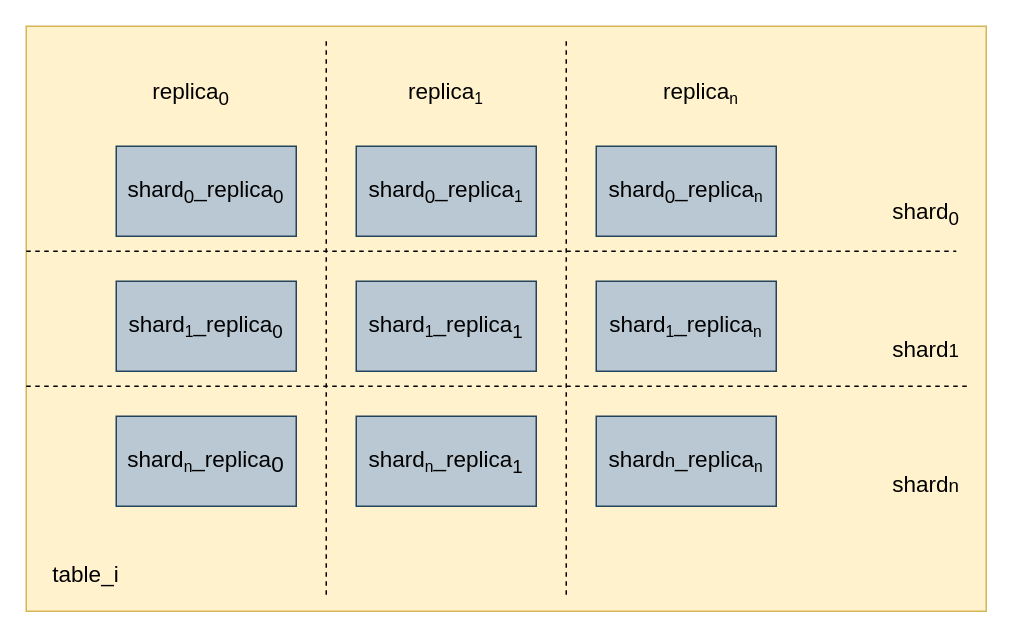
This is vsearch.drawio from johnsondeng/drawio, a draw.io file, before an edit. Source tidied: cells renumbered, new cells numbered last; positions are measured from the earlier drawing's top-left corner, leaving out a move shared by most shapes. Both pictures are drawn from the tidied source at 150%, with x=0, y=0 at pixel (26, 26).
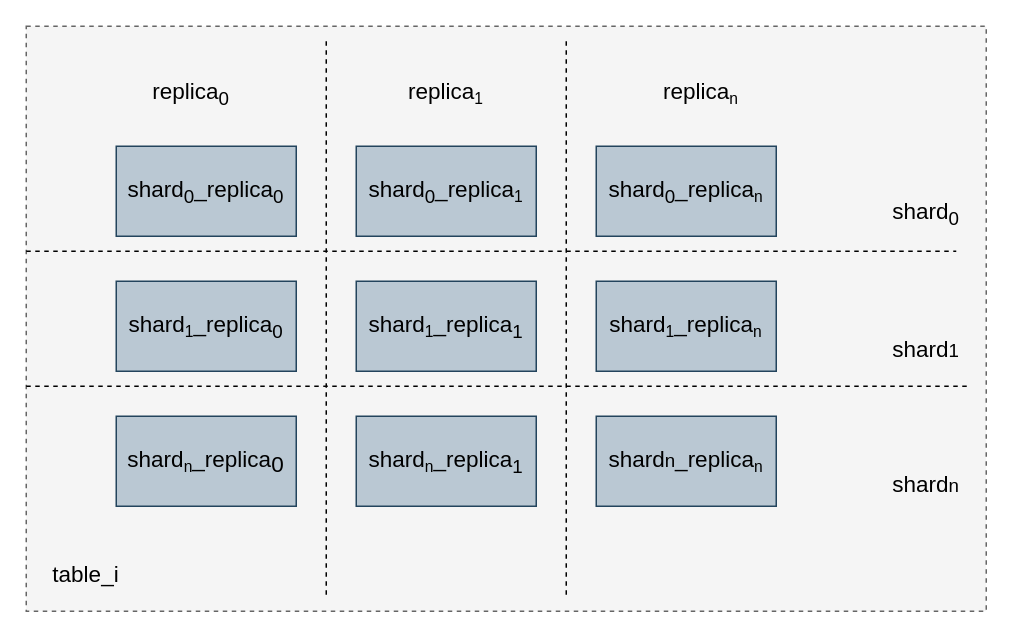
The same diagram, later.

Diff of the diagram source:
```diff
@@
-    <mxCell id="2" style="rounded=0;whiteSpace=wrap;html=1;fillColor=#fff2cc;strokeColor=#d6b656;" parent="1" vertex="1">
+    <mxCell id="2" style="rounded=0;whiteSpace=wrap;html=1;fillColor=#f5f5f5;strokeColor=#666666;fontColor=#333333;dashed=1;" parent="1" vertex="1">
       <mxGeometry width="640" height="390" as="geometry" />
     </mxCell>
```
